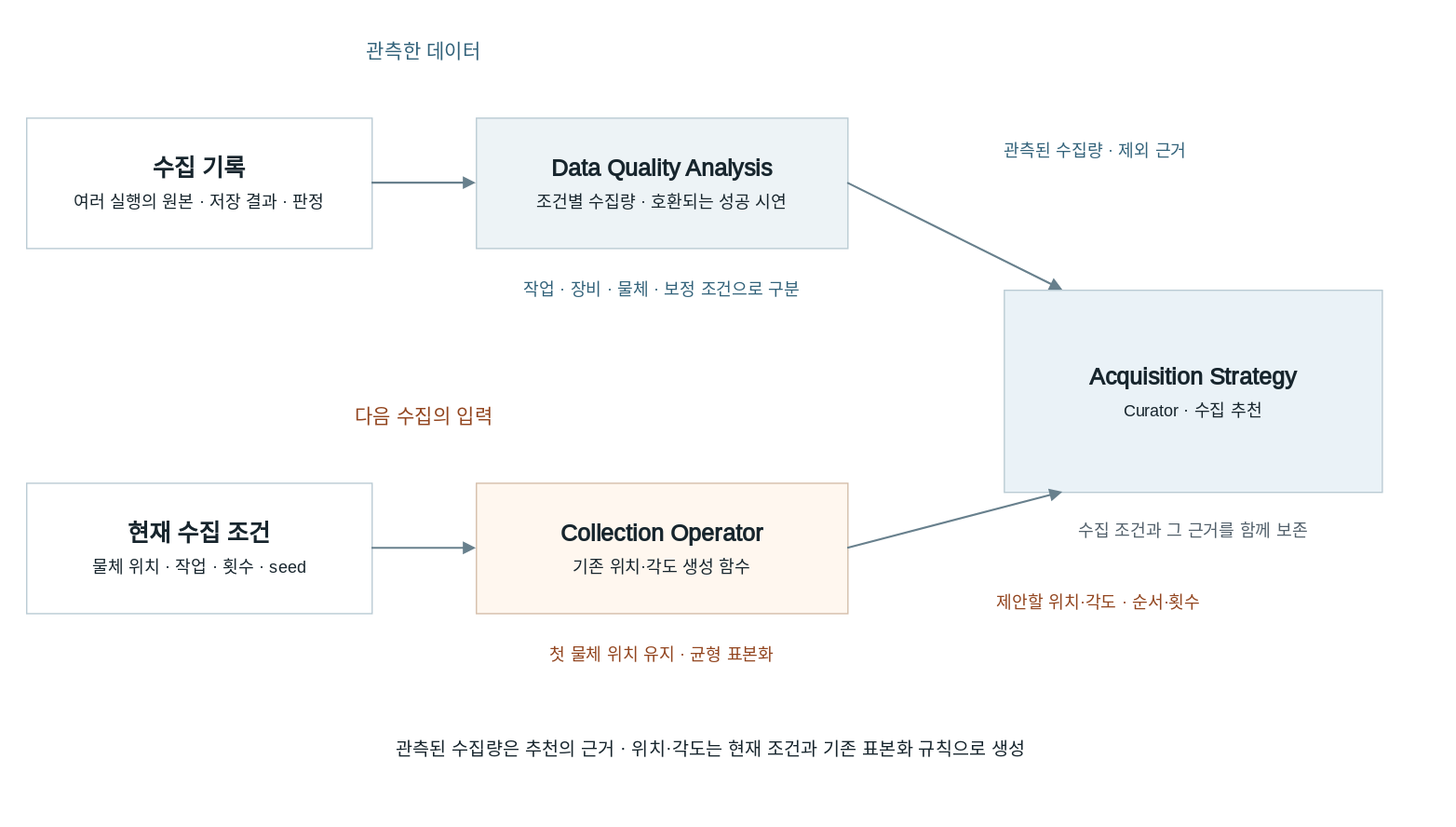
Earlier version of the draw.io export docs/portfolio/acquisition.drawio.svg (hasemu1211/fr5-lerobot-connector). Source tidied: cells renumbered, new cells last; positions are measured from the earlier drawing's top-left corner, leaving out a move shared by most shapes. The source it was exported from:
```xml
<mxGraphModel>
  <root>
    <mxCell id="0" />
    <mxCell id="1" parent="0" />
    <mxCell id="2" value="관측한 데이터" style="html=1;whiteSpace=wrap;fontFamily=Noto Sans CJK KR;fontColor=#17252d;spacing=0;text;strokeColor=none;fillColor=none;fontSize=15;fontColor=#32627a;align=center;verticalAlign=middle;" parent="1" vertex="1">
      <mxGeometry width="610" height="35" as="geometry" />
    </mxCell>
    <mxCell id="3" value="&lt;div style=&quot;line-height:1.65&quot;&gt;&lt;b style=&quot;font-size:18px&quot;&gt;수집 기록&lt;/b&gt;&lt;br&gt;&lt;span style=&quot;font-size:13px&quot;&gt;여러 실행의 원본 · 저장 결과 · 판정&lt;/span&gt;&lt;/div&gt;" style="html=1;whiteSpace=wrap;fontFamily=Noto Sans CJK KR;fontColor=#17252d;spacing=0;fillColor=#ffffff;strokeColor=#bacbd4;align=center;verticalAlign=middle;" parent="1" vertex="1">
      <mxGeometry y="70" width="265" height="100" as="geometry" />
    </mxCell>
    <mxCell id="4" value="&lt;div style=&quot;line-height:1.65&quot;&gt;&lt;b style=&quot;font-size:18px&quot;&gt;Data Quality Analysis&lt;/b&gt;&lt;br&gt;&lt;span style=&quot;font-size:13px&quot;&gt;조건별 수집량 · 호환되는 성공 시연&lt;/span&gt;&lt;/div&gt;" style="html=1;whiteSpace=wrap;fontFamily=Noto Sans CJK KR;fontColor=#17252d;spacing=0;fillColor=#edf3f6;strokeColor=#bacbd4;align=center;verticalAlign=middle;" parent="1" vertex="1">
      <mxGeometry x="345" y="70" width="285" height="100" as="geometry" />
    </mxCell>
    <mxCell id="5" value="작업 · 장비 · 물체 · 보정 조건으로 구분" style="html=1;whiteSpace=wrap;fontFamily=Noto Sans CJK KR;fontColor=#17252d;spacing=0;text;strokeColor=none;fillColor=none;fontSize=13;fontColor=#32627a;align=center;verticalAlign=middle;" parent="1" vertex="1">
      <mxGeometry x="335" y="183" width="305" height="35" as="geometry" />
    </mxCell>
    <mxCell id="6" value="다음 수집의 입력" style="html=1;whiteSpace=wrap;fontFamily=Noto Sans CJK KR;fontColor=#17252d;spacing=0;text;strokeColor=none;fillColor=none;fontSize=15;fontColor=#92451f;align=center;verticalAlign=middle;" parent="1" vertex="1">
      <mxGeometry y="280" width="610" height="35" as="geometry" />
    </mxCell>
    <mxCell id="7" value="&lt;div style=&quot;line-height:1.65&quot;&gt;&lt;b style=&quot;font-size:18px&quot;&gt;현재 수집 조건&lt;/b&gt;&lt;br&gt;&lt;span style=&quot;font-size:13px&quot;&gt;물체 위치 · 작업 · 횟수 · seed&lt;/span&gt;&lt;/div&gt;" style="html=1;whiteSpace=wrap;fontFamily=Noto Sans CJK KR;fontColor=#17252d;spacing=0;fillColor=#ffffff;strokeColor=#bacbd4;align=center;verticalAlign=middle;" parent="1" vertex="1">
      <mxGeometry y="350" width="265" height="100" as="geometry" />
    </mxCell>
    <mxCell id="8" value="&lt;div style=&quot;line-height:1.65&quot;&gt;&lt;b style=&quot;font-size:18px&quot;&gt;Collection Operator&lt;/b&gt;&lt;br&gt;&lt;span style=&quot;font-size:13px&quot;&gt;기존 위치·각도 생성 함수&lt;/span&gt;&lt;/div&gt;" style="html=1;whiteSpace=wrap;fontFamily=Noto Sans CJK KR;fontColor=#17252d;spacing=0;fillColor=#fff7ef;strokeColor=#d5beaa;align=center;verticalAlign=middle;" parent="1" vertex="1">
      <mxGeometry x="345" y="350" width="285" height="100" as="geometry" />
    </mxCell>
    <mxCell id="9" value="첫 물체 위치 유지 · 균형 표본화" style="html=1;whiteSpace=wrap;fontFamily=Noto Sans CJK KR;fontColor=#17252d;spacing=0;text;strokeColor=none;fillColor=none;fontSize=13;fontColor=#92451f;align=center;verticalAlign=middle;" parent="1" vertex="1">
      <mxGeometry x="335" y="463" width="305" height="35" as="geometry" />
    </mxCell>
    <mxCell id="10" value="&lt;div style=&quot;line-height:1.65&quot;&gt;&lt;b style=&quot;font-size:18px&quot;&gt;Acquisition Strategy&lt;/b&gt;&lt;br&gt;&lt;span style=&quot;font-size:13px&quot;&gt;Curator · 수집 추천&lt;/span&gt;&lt;/div&gt;" style="html=1;whiteSpace=wrap;fontFamily=Noto Sans CJK KR;fontColor=#17252d;spacing=0;fillColor=#eaf2f7;strokeColor=#bacbd4;align=center;verticalAlign=middle;" parent="1" vertex="1">
      <mxGeometry x="750" y="202" width="290" height="155" as="geometry" />
    </mxCell>
    <mxCell id="11" value="관측된 수집량 · 제외 근거" style="html=1;whiteSpace=wrap;fontFamily=Noto Sans CJK KR;fontColor=#17252d;spacing=0;text;strokeColor=none;fillColor=none;fontSize=13;fontColor=#32627a;align=center;verticalAlign=middle;" parent="1" vertex="1">
      <mxGeometry x="650" y="77" width="340" height="35" as="geometry" />
    </mxCell>
    <mxCell id="12" value="제안할 위치·각도 · 순서·횟수" style="html=1;whiteSpace=wrap;fontFamily=Noto Sans CJK KR;fontColor=#17252d;spacing=0;text;strokeColor=none;fillColor=none;fontSize=13;fontColor=#92451f;align=center;verticalAlign=middle;" parent="1" vertex="1">
      <mxGeometry x="640" y="423" width="365" height="35" as="geometry" />
    </mxCell>
    <mxCell id="13" style="endArrow=block;endFill=1;strokeColor=#68808d;strokeWidth=1.5;" parent="1" edge="1">
      <mxGeometry relative="1" as="geometry">
        <mxPoint x="265" y="120" as="sourcePoint" />
        <mxPoint x="345" y="120" as="targetPoint" />
      </mxGeometry>
    </mxCell>
    <mxCell id="14" style="endArrow=block;endFill=1;strokeColor=#68808d;strokeWidth=1.5;" parent="1" edge="1">
      <mxGeometry relative="1" as="geometry">
        <mxPoint x="265" y="400" as="sourcePoint" />
        <mxPoint x="345" y="400" as="targetPoint" />
      </mxGeometry>
    </mxCell>
    <mxCell id="15" style="endArrow=block;endFill=1;strokeColor=#68808d;strokeWidth=1.5;" parent="1" edge="1">
      <mxGeometry relative="1" as="geometry">
        <mxPoint x="630" y="120" as="sourcePoint" />
        <mxPoint x="795" y="202" as="targetPoint" />
      </mxGeometry>
    </mxCell>
    <mxCell id="16" style="endArrow=block;endFill=1;strokeColor=#68808d;strokeWidth=1.5;" parent="1" edge="1">
      <mxGeometry relative="1" as="geometry">
        <mxPoint x="630" y="400" as="sourcePoint" />
        <mxPoint x="795" y="357" as="targetPoint" />
      </mxGeometry>
    </mxCell>
    <mxCell id="17" value="수집 조건과 그 근거를 함께 보존" style="html=1;whiteSpace=wrap;fontFamily=Noto Sans CJK KR;fontColor=#17252d;spacing=0;text;strokeColor=none;fillColor=none;fontSize=13;fontColor=#52606b;align=center;verticalAlign=middle;" parent="1" vertex="1">
      <mxGeometry x="735" y="366" width="320" height="40" as="geometry" />
    </mxCell>
    <mxCell id="18" value="관측된 수집량은 추천의 근거 · 위치·각도는 현재 조건과 기존 표본화 규칙으로 생성" style="html=1;whiteSpace=wrap;fontFamily=Noto Sans CJK KR;fontColor=#17252d;spacing=0;text;strokeColor=none;fillColor=none;fontSize=14;fontColor=#17252d;align=center;verticalAlign=middle;" parent="1" vertex="1">
      <mxGeometry y="535" width="1050" height="38" as="geometry" />
    </mxCell>
  </root>
</mxGraphModel>
```
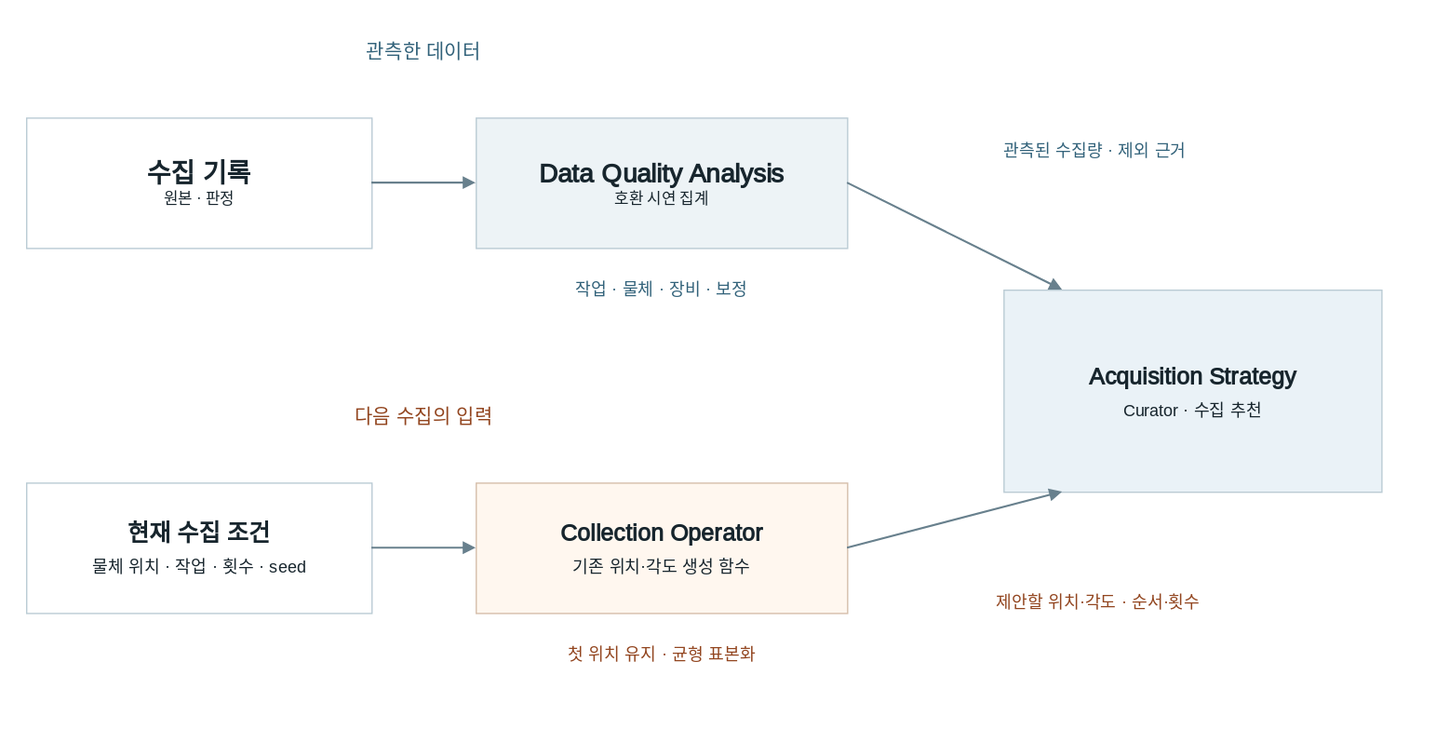
After the change.

Diff of the diagram source:
```diff
@@ -5,13 +5,13 @@
     <mxCell id="2" value="관측한 데이터" style="html=1;whiteSpace=wrap;fontFamily=Noto Sans CJK KR;fontColor=#17252d;spacing=0;text;strokeColor=none;fillColor=none;fontSize=15;fontColor=#32627a;align=center;verticalAlign=middle;" parent="1" vertex="1">
       <mxGeometry width="610" height="35" as="geometry" />
     </mxCell>
-    <mxCell id="3" value="&lt;div style=&quot;line-height:1.65&quot;&gt;&lt;b style=&quot;font-size:18px&quot;&gt;수집 기록&lt;/b&gt;&lt;br&gt;&lt;span style=&quot;font-size:13px&quot;&gt;여러 실행의 원본 · 저장 결과 · 판정&lt;/span&gt;&lt;/div&gt;" style="html=1;whiteSpace=wrap;fontFamily=Noto Sans CJK KR;fontColor=#17252d;spacing=0;fillColor=#ffffff;strokeColor=#bacbd4;align=center;verticalAlign=middle;" parent="1" vertex="1">
+    <mxCell id="3" value="&lt;b style=&quot;font-size:20px&quot;&gt;수집 기록&lt;/b&gt;&lt;br&gt;원본 · 판정" style="html=1;whiteSpace=wrap;fontFamily=Noto Sans CJK KR;fontColor=#17252d;spacing=0;fillColor=#ffffff;strokeColor=#bacbd4;align=center;verticalAlign=middle;" parent="1" vertex="1">
       <mxGeometry y="70" width="265" height="100" as="geometry" />
     </mxCell>
-    <mxCell id="4" value="&lt;div style=&quot;line-height:1.65&quot;&gt;&lt;b style=&quot;font-size:18px&quot;&gt;Data Quality Analysis&lt;/b&gt;&lt;br&gt;&lt;span style=&quot;font-size:13px&quot;&gt;조건별 수집량 · 호환되는 성공 시연&lt;/span&gt;&lt;/div&gt;" style="html=1;whiteSpace=wrap;fontFamily=Noto Sans CJK KR;fontColor=#17252d;spacing=0;fillColor=#edf3f6;strokeColor=#bacbd4;align=center;verticalAlign=middle;" parent="1" vertex="1">
+    <mxCell id="4" value="&lt;b style=&quot;font-size:20px&quot;&gt;Data Quality Analysis&lt;/b&gt;&lt;br&gt;호환 시연 집계" style="html=1;whiteSpace=wrap;fontFamily=Noto Sans CJK KR;fontColor=#17252d;spacing=0;fillColor=#edf3f6;strokeColor=#bacbd4;align=center;verticalAlign=middle;" parent="1" vertex="1">
       <mxGeometry x="345" y="70" width="285" height="100" as="geometry" />
     </mxCell>
-    <mxCell id="5" value="작업 · 장비 · 물체 · 보정 조건으로 구분" style="html=1;whiteSpace=wrap;fontFamily=Noto Sans CJK KR;fontColor=#17252d;spacing=0;text;strokeColor=none;fillColor=none;fontSize=13;fontColor=#32627a;align=center;verticalAlign=middle;" parent="1" vertex="1">
+    <mxCell id="5" value="작업 · 물체 · 장비 · 보정" style="html=1;whiteSpace=wrap;fontFamily=Noto Sans CJK KR;fontColor=#17252d;spacing=0;text;strokeColor=none;fillColor=none;fontSize=13;fontColor=#32627a;align=center;verticalAlign=middle;" parent="1" vertex="1">
       <mxGeometry x="335" y="183" width="305" height="35" as="geometry" />
     </mxCell>
     <mxCell id="6" value="다음 수집의 입력" style="html=1;whiteSpace=wrap;fontFamily=Noto Sans CJK KR;fontColor=#17252d;spacing=0;text;strokeColor=none;fillColor=none;fontSize=15;fontColor=#92451f;align=center;verticalAlign=middle;" parent="1" vertex="1">
@@ -23,7 +23,7 @@
     <mxCell id="8" value="&lt;div style=&quot;line-height:1.65&quot;&gt;&lt;b style=&quot;font-size:18px&quot;&gt;Collection Operator&lt;/b&gt;&lt;br&gt;&lt;span style=&quot;font-size:13px&quot;&gt;기존 위치·각도 생성 함수&lt;/span&gt;&lt;/div&gt;" style="html=1;whiteSpace=wrap;fontFamily=Noto Sans CJK KR;fontColor=#17252d;spacing=0;fillColor=#fff7ef;strokeColor=#d5beaa;align=center;verticalAlign=middle;" parent="1" vertex="1">
       <mxGeometry x="345" y="350" width="285" height="100" as="geometry" />
     </mxCell>
-    <mxCell id="9" value="첫 물체 위치 유지 · 균형 표본화" style="html=1;whiteSpace=wrap;fontFamily=Noto Sans CJK KR;fontColor=#17252d;spacing=0;text;strokeColor=none;fillColor=none;fontSize=13;fontColor=#92451f;align=center;verticalAlign=middle;" parent="1" vertex="1">
+    <mxCell id="9" value="첫 위치 유지 · 균형 표본화" style="html=1;whiteSpace=wrap;fontFamily=Noto Sans CJK KR;fontColor=#17252d;spacing=0;text;strokeColor=none;fillColor=none;fontSize=13;fontColor=#92451f;align=center;verticalAlign=middle;" parent="1" vertex="1">
       <mxGeometry x="335" y="463" width="305" height="35" as="geometry" />
     </mxCell>
     <mxCell id="10" value="&lt;div style=&quot;line-height:1.65&quot;&gt;&lt;b style=&quot;font-size:18px&quot;&gt;Acquisition Strategy&lt;/b&gt;&lt;br&gt;&lt;span style=&quot;font-size:13px&quot;&gt;Curator · 수집 추천&lt;/span&gt;&lt;/div&gt;" style="html=1;whiteSpace=wrap;fontFamily=Noto Sans CJK KR;fontColor=#17252d;spacing=0;fillColor=#eaf2f7;strokeColor=#bacbd4;align=center;verticalAlign=middle;" parent="1" vertex="1">
@@ -59,11 +59,5 @@
         <mxPoint x="795" y="357" as="targetPoint" />
       </mxGeometry>
     </mxCell>
-    <mxCell id="17" value="수집 조건과 그 근거를 함께 보존" style="html=1;whiteSpace=wrap;fontFamily=Noto Sans CJK KR;fontColor=#17252d;spacing=0;text;strokeColor=none;fillColor=none;fontSize=13;fontColor=#52606b;align=center;verticalAlign=middle;" parent="1" vertex="1">
-      <mxGeometry x="735" y="366" width="320" height="40" as="geometry" />
-    </mxCell>
-    <mxCell id="18" value="관측된 수집량은 추천의 근거 · 위치·각도는 현재 조건과 기존 표본화 규칙으로 생성" style="html=1;whiteSpace=wrap;fontFamily=Noto Sans CJK KR;fontColor=#17252d;spacing=0;text;strokeColor=none;fillColor=none;fontSize=14;fontColor=#17252d;align=center;verticalAlign=middle;" parent="1" vertex="1">
-      <mxGeometry y="535" width="1050" height="38" as="geometry" />
-    </mxCell>
   </root>
 </mxGraphModel>
```
